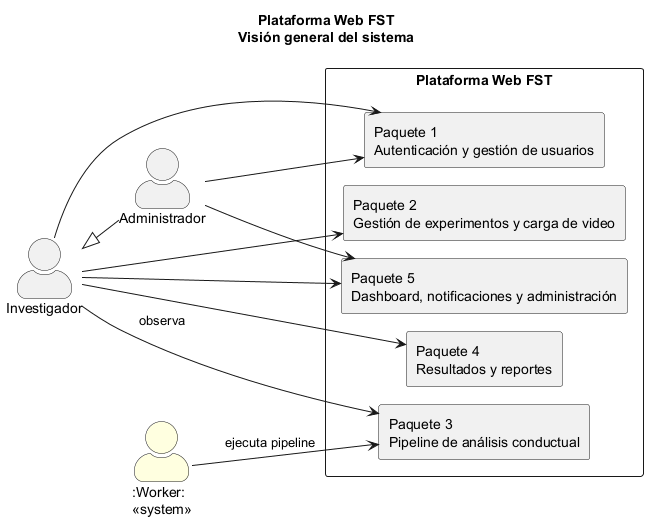
Before: figures/diagramas/cu_vision_general.png, a diagram exported from PlantUML (ErickJester/fst-ai-system-latex). Its diagram source:
```plantuml
@startuml
!pragma layout smetana
title Plataforma Web FST\nVisión general del sistema
left to right direction
skinparam packageStyle rectangle
skinparam actorStyle awesome
skinparam usecase {
  BackgroundColor White
  BorderColor DarkSlateGray
}
actor "Investigador" as INV
actor "Administrador" as ADMIN
actor ":Worker:\n<<system>>" as WRK #LightYellow
INV <|-- ADMIN
rectangle "Plataforma Web FST" {
  rectangle "Paquete 1\nAutenticación y gestión de usuarios" as P1
  rectangle "Paquete 2\nGestión de experimentos y carga de video" as P2
  rectangle "Paquete 3\nPipeline de análisis conductual" as P3
  rectangle "Paquete 4\nResultados y reportes" as P4
  rectangle "Paquete 5\nDashboard, notificaciones y administración" as P5
}
INV --> P1
INV --> P2
INV --> P3 : observa
INV --> P4
INV --> P5
ADMIN --> P1
ADMIN --> P5
WRK --> P3 : ejecuta pipeline
@enduml
```
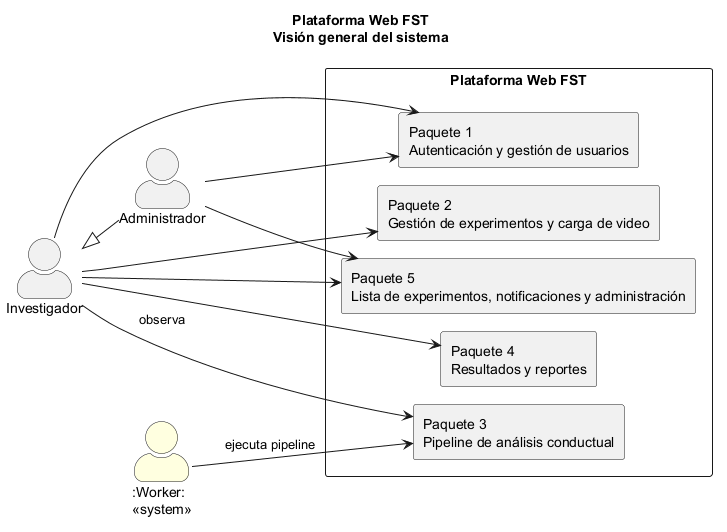
Later version of the same file.

What changed in the source:
```diff
@@ -17,7 +17,7 @@
   rectangle "Paquete 2\nGestión de experimentos y carga de video" as P2
   rectangle "Paquete 3\nPipeline de análisis conductual" as P3
   rectangle "Paquete 4\nResultados y reportes" as P4
-  rectangle "Paquete 5\nDashboard, notificaciones y administración" as P5
+  rectangle "Paquete 5\nLista de experimentos, notificaciones y administración" as P5
 }
 INV --> P1
 INV --> P2
```
